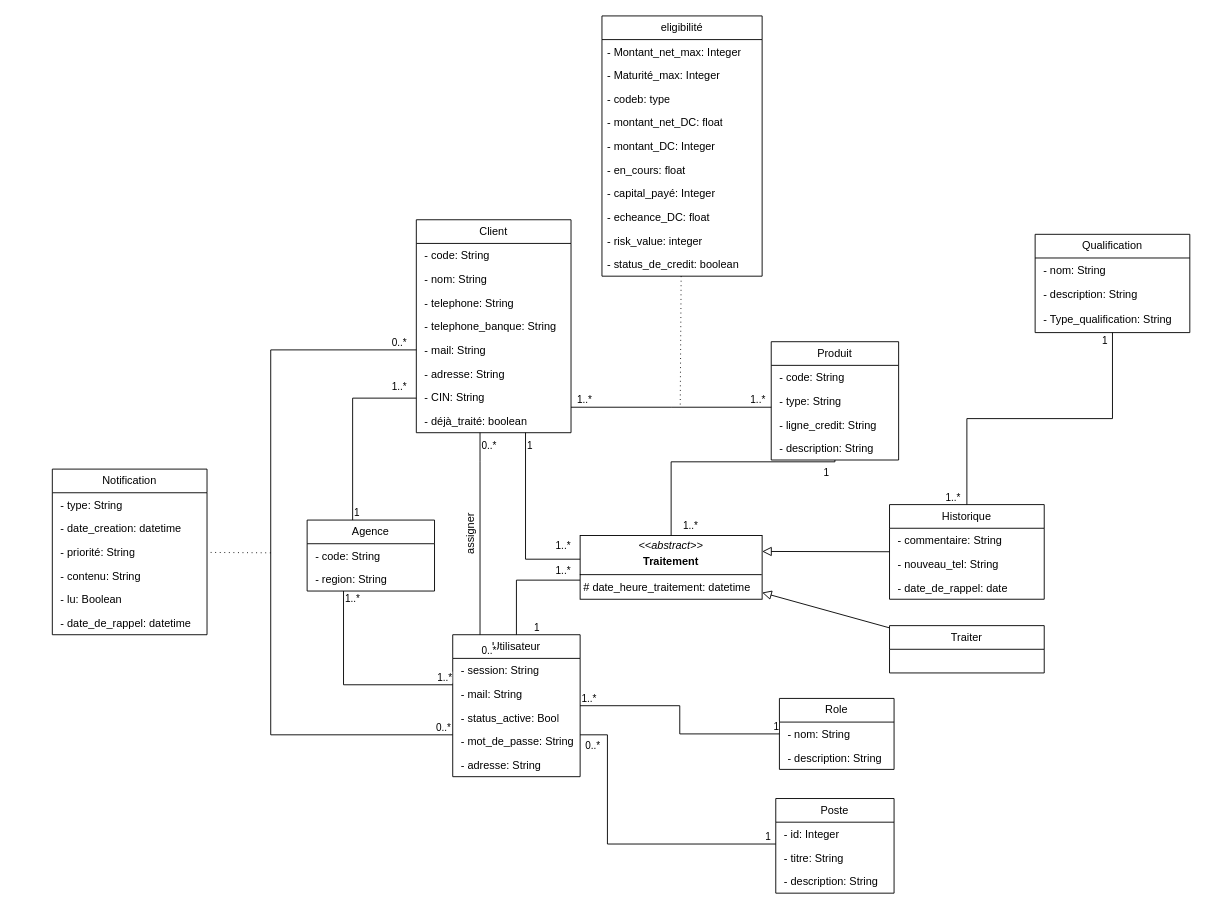
34arsonEddy/ABM keeps this draw.io diagram as diagram.drawio. Above is the earlier version. Source tidied: cells renumbered, new cells numbered last; positions are measured from the earlier drawing's top-left corner, leaving out a move shared by most shapes. Both pictures are drawn from the tidied source at 91%, with x=0, y=0 at pixel (52, 15).
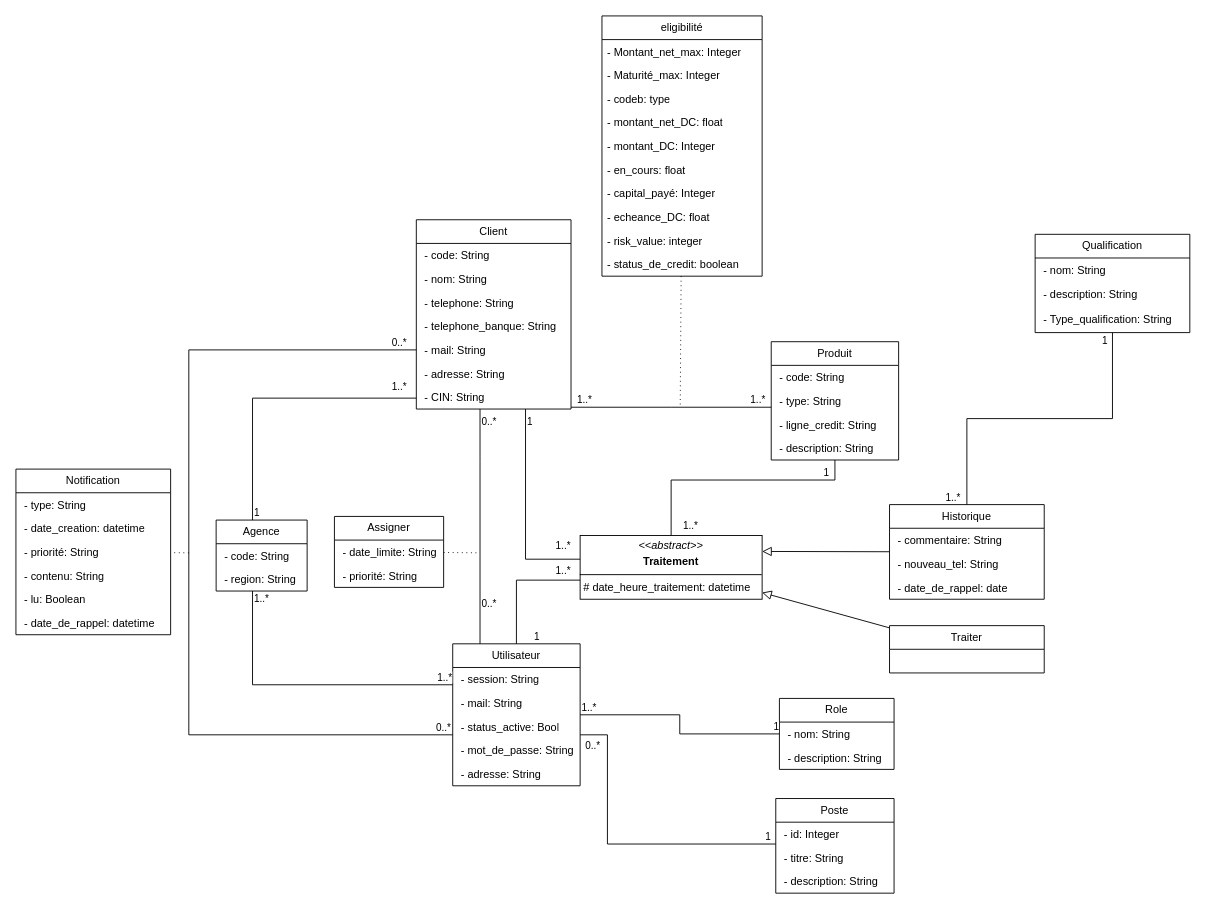
The same diagram, later.

Commit message:
Mettre à jour diagram.drawio

Unchanged cells that the change refers to:
```xml
<mxCell id="11" value="Produit" style="swimlane;fontStyle=0;horizontal=1;startSize=26;fillColor=none;whiteSpace=wrap;html=1;" parent="1" vertex="1">
  <mxGeometry x="790" y="358" width="140" height="130" as="geometry" />
</mxCell>
<mxCell id="61" value="&lt;p style=&quot;margin:0px;margin-top:4px;text-align:center;&quot;&gt;&lt;i&gt;&amp;lt;&amp;lt;abstract&amp;gt;&amp;gt;&lt;/i&gt;&lt;b&gt;&lt;br&gt;&lt;/b&gt;&lt;/p&gt;&lt;p style=&quot;margin:0px;margin-top:4px;text-align:center;&quot;&gt;&lt;b&gt;Traitement&lt;/b&gt;&lt;br&gt;&lt;/p&gt;&lt;hr size=&quot;1&quot; style=&quot;border-style:solid;&quot;&gt;&lt;p style=&quot;margin:0px;margin-left:4px;&quot;&gt;# date_heure_traitement: datetime&lt;br&gt;&lt;/p&gt;" style="verticalAlign=top;align=left;overflow=fill;html=1;whiteSpace=wrap;" parent="1" vertex="1">
  <mxGeometry x="580" y="571" width="200" height="70" as="geometry" />
</mxCell>
<mxCell id="96" style="endArrow=none;html=1;edgeStyle=orthogonalEdgeStyle;rounded=0;" parent="1" edge="1" source="2" target="19">
  <mxGeometry relative="1" as="geometry">
    <Array as="points">
      <mxPoint x="470" y="490" />
      <mxPoint x="470" y="490" />
    </Array>
  </mxGeometry>
</mxCell>
```

What changed in the source:
```diff
@@
     <mxCell id="2" value="Client" style="swimlane;fontStyle=0;horizontal=1;startSize=26;fillColor=none;whiteSpace=wrap;html=1;" parent="1" vertex="1">
-      <mxGeometry x="400" y="224" width="170" height="234" as="geometry" />
+      <mxGeometry x="400" y="224" width="170" height="208" as="geometry" />
     </mxCell>
@@
-    <mxCell id="10" value="&amp;nbsp;- déjà_traité: boolean" style="text;strokeColor=none;fillColor=none;align=left;verticalAlign=top;spacingLeft=4;spacingRight=4;overflow=hidden;whiteSpace=wrap;html=1;" parent="2" vertex="1">
-      <mxGeometry y="208" width="170" height="26" as="geometry" />
-    </mxCell>
@@
     <mxCell id="16" value="Agence" style="swimlane;fontStyle=0;horizontal=1;startSize=26;fillColor=none;whiteSpace=wrap;html=1;" parent="1" vertex="1">
-      <mxGeometry x="280" y="554" width="140" height="78" as="geometry" />
+      <mxGeometry x="180" y="554" width="100" height="78" as="geometry" />
     </mxCell>
     <mxCell id="17" value="&amp;nbsp;- code: String" style="text;strokeColor=none;fillColor=none;align=left;verticalAlign=top;spacingLeft=4;spacingRight=4;overflow=hidden;whiteSpace=wrap;html=1;" parent="16" vertex="1">
-      <mxGeometry y="26" width="140" height="26" as="geometry" />
+      <mxGeometry y="26" width="100" height="26" as="geometry" />
     </mxCell>
     <mxCell id="18" value="&amp;nbsp;- region: String" style="text;strokeColor=none;fillColor=none;align=left;verticalAlign=top;spacingLeft=4;spacingRight=4;overflow=hidden;whiteSpace=wrap;html=1;" parent="16" vertex="1">
-      <mxGeometry y="52" width="140" height="26" as="geometry" />
+      <mxGeometry y="52" width="100" height="26" as="geometry" />
     </mxCell>
     <mxCell id="19" value="Utilisateur" style="swimlane;fontStyle=0;horizontal=1;startSize=26;fillColor=none;whiteSpace=wrap;html=1;" parent="1" vertex="1">
-      <mxGeometry x="440" y="680" width="140" height="156" as="geometry" />
+      <mxGeometry x="440" y="690" width="140" height="156" as="geometry" />
     </mxCell>
@@
     <mxCell id="32" style="endArrow=none;html=1;edgeStyle=orthogonalEdgeStyle;rounded=0;" parent="1" edge="1" source="16" target="2">
       <mxGeometry relative="1" as="geometry">
         <Array as="points">
-          <mxPoint x="330" y="420" />
+          <mxPoint x="220" y="420" />
         </Array>
       </mxGeometry>
     </mxCell>
@@
     <mxCell id="35" style="endArrow=none;html=1;edgeStyle=orthogonalEdgeStyle;rounded=0;" parent="1" edge="1" source="16" target="19">
       <mxGeometry relative="1" as="geometry">
         <Array as="points">
-          <mxPoint x="320" y="735" />
+          <mxPoint x="220" y="735" />
         </Array>
       </mxGeometry>
     </mxCell>
@@
     <mxCell id="80" style="endArrow=none;html=1;edgeStyle=orthogonalEdgeStyle;rounded=0;" parent="1" edge="1" source="61" target="11">
       <mxGeometry relative="1" as="geometry">
         <Array as="points">
-          <mxPoint x="680" y="490" />
+          <mxPoint x="680" y="510" />
+          <mxPoint x="860" y="510" />
         </Array>
       </mxGeometry>
     </mxCell>
@@
     <mxCell id="85" value="Notification" style="swimlane;fontStyle=0;horizontal=1;startSize=26;fillColor=none;whiteSpace=wrap;html=1;" parent="1" vertex="1">
-      <mxGeometry y="498" width="170" height="182" as="geometry" />
+      <mxGeometry x="-40" y="498" width="170" height="182" as="geometry" />
     </mxCell>
@@
     <mxCell id="92" style="endArrow=none;html=1;edgeStyle=orthogonalEdgeStyle;rounded=0;" parent="1" edge="1" source="19" target="2">
       <mxGeometry relative="1" as="geometry">
         <Array as="points">
-          <mxPoint x="240" y="790" />
-          <mxPoint x="240" y="367" />
+          <mxPoint x="150" y="790" />
+          <mxPoint x="150" y="367" />
         </Array>
       </mxGeometry>
     </mxCell>
@@
     <mxCell id="95" style="endArrow=none;dashed=1;html=1;dashPattern=1 4;strokeWidth=1;rounded=0;jumpSize=2;endSize=2;startSize=5;" parent="1" edge="1" target="85">
       <mxGeometry relative="1" as="geometry">
-        <mxPoint x="240" y="590" as="sourcePoint" />
+        <mxPoint x="150" y="590" as="sourcePoint" />
       </mxGeometry>
     </mxCell>
@@
     <mxCell id="98" value="0..*" style="edgeLabel;html=1;align=left;verticalAlign=bottom;" parent="96" vertex="1">
       <mxGeometry x="-1" relative="1" as="geometry">
-        <mxPoint y="248" as="offset" />
+        <mxPoint y="222" as="offset" />
       </mxGeometry>
     </mxCell>
-    <mxCell id="99" value="&lt;div&gt;assigner&lt;/div&gt;" style="text;html=1;align=center;verticalAlign=middle;whiteSpace=wrap;rounded=0;rotation=-90;" parent="1" vertex="1">
-      <mxGeometry x="430" y="554" width="60" height="30" as="geometry" />
-    </mxCell>
+    <mxCell id="100" value="Assigner" style="swimlane;fontStyle=0;horizontal=1;startSize=26;fillColor=none;whiteSpace=wrap;html=1;" parent="1" vertex="1">
+      <mxGeometry x="310" y="550" width="120" height="78" as="geometry" />
+    </mxCell>
+    <mxCell id="101" value="&amp;nbsp;- date_limite: String" style="text;strokeColor=none;fillColor=none;align=left;verticalAlign=top;spacingLeft=4;spacingRight=4;overflow=hidden;whiteSpace=wrap;html=1;" parent="100" vertex="1">
+      <mxGeometry y="26" width="120" height="26" as="geometry" />
+    </mxCell>
+    <mxCell id="102" value="&amp;nbsp;- priorité: String" style="text;strokeColor=none;fillColor=none;align=left;verticalAlign=top;spacingLeft=4;spacingRight=4;overflow=hidden;whiteSpace=wrap;html=1;" parent="100" vertex="1">
+      <mxGeometry y="52" width="120" height="26" as="geometry" />
+    </mxCell>
+    <mxCell id="103" style="endArrow=none;dashed=1;html=1;dashPattern=1 4;strokeWidth=1;rounded=0;jumpSize=2;endSize=2;startSize=5;" parent="1" edge="1" source="100">
+      <mxGeometry relative="1" as="geometry">
+        <mxPoint x="470" y="590" as="targetPoint" />
+      </mxGeometry>
+    </mxCell>
```
